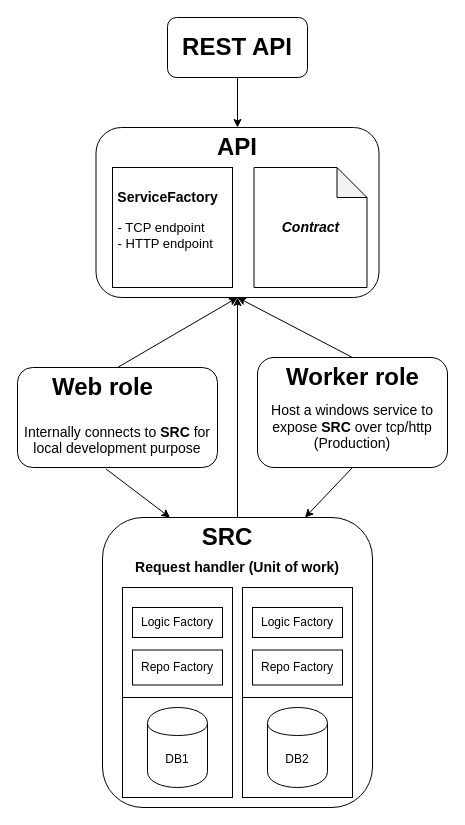
mail4hafij/Azure-WCF-Classic keeps this draw.io diagram as wcf.drawio. Above is the earlier version. Source tidied: cells renumbered, new cells numbered last; positions are measured from the earlier drawing's top-left corner, leaving out a move shared by most shapes. Both pictures are drawn from the tidied source at 100%, with x=0, y=0 at pixel (17, 17).
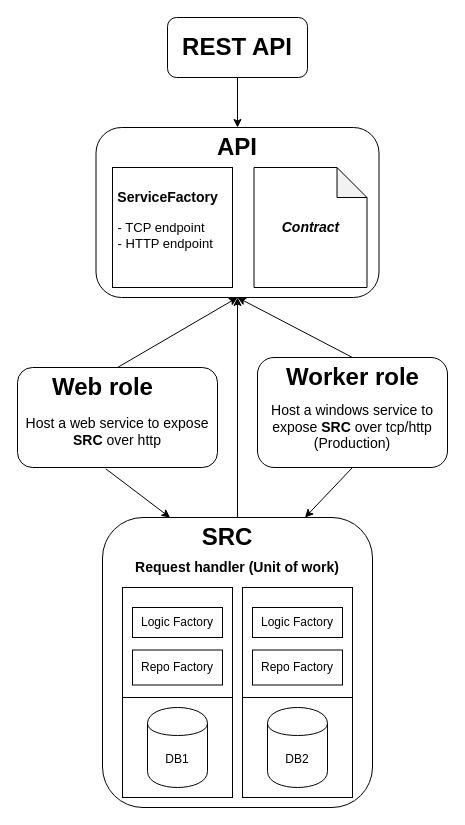
The same page after the edit.

Diff of the diagram source:
```diff
@@
-    <mxCell id="18" value="&lt;br&gt;&lt;div&gt;&lt;br&gt;&lt;/div&gt;&lt;div&gt;&lt;font style=&quot;font-size: 14px&quot;&gt;&lt;br&gt;&lt;/font&gt;&lt;/div&gt;&lt;div&gt;&lt;font style=&quot;font-size: 14px&quot;&gt;Internally connects to &lt;b&gt;SRC&lt;/b&gt; for local development purpose&lt;/font&gt;&lt;/div&gt;" style="rounded=1;whiteSpace=wrap;html=1;" parent="1" vertex="1">
+    <mxCell id="18" value="&lt;br&gt;&lt;div&gt;&lt;br&gt;&lt;/div&gt;&lt;div&gt;&lt;font style=&quot;font-size: 14px&quot;&gt;Host a web service to expose &lt;b&gt;SRC &lt;/b&gt;over http&lt;/font&gt;&lt;/div&gt;" style="rounded=1;whiteSpace=wrap;html=1;" parent="1" vertex="1">
       <mxGeometry y="350" width="200" height="100" as="geometry" />
     </mxCell>
```
